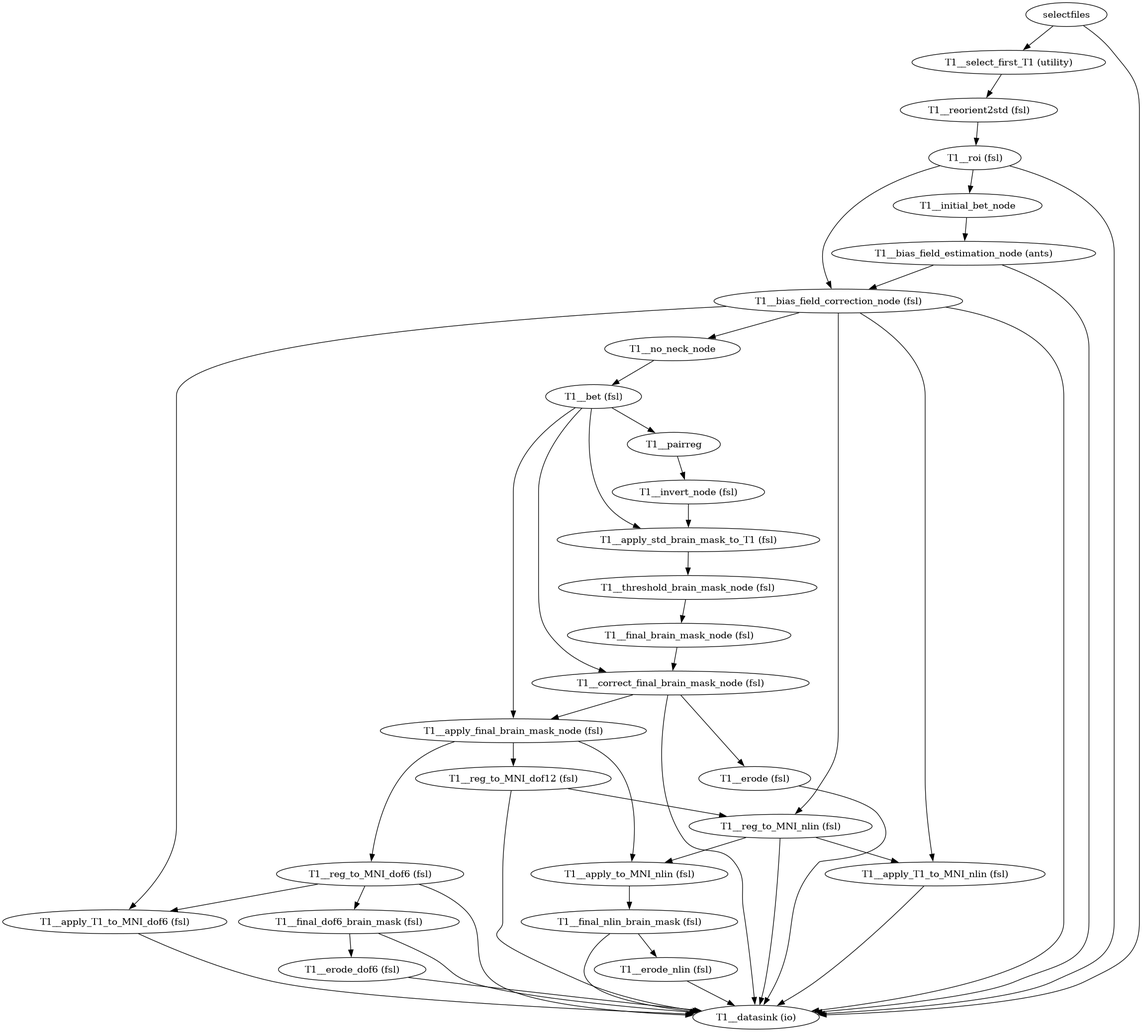
Before: 01_data/05_preprocess/graphs/preprocess.png, a diagram exported from Graphviz (christiantinauer/binADNI). Its source is kept beside it as 01_data/05_preprocess/graphs/preprocess.dot.
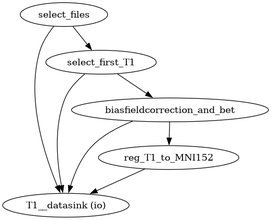
Above is the later version.

What changed in the source:
```diff
@@ -1,79 +1,14 @@
 strict digraph  {
-"selectfiles";
-"T1__select_first_T1 (utility)";
+"select_files";
 "T1__datasink (io)";
-"T1__reorient2std (fsl)";
-"T1__roi (fsl)";
-"T1__initial_bet_node";
-"T1__bias_field_correction_node (fsl)";
-"T1__bias_field_estimation_node (ants)";
-"T1__no_neck_node";
-"T1__reg_to_MNI_nlin (fsl)";
-"T1__apply_T1_to_MNI_dof6 (fsl)";
-"T1__apply_T1_to_MNI_nlin (fsl)";
-"T1__bet (fsl)";
-"T1__pairreg";
-"T1__apply_std_brain_mask_to_T1 (fsl)";
-"T1__correct_final_brain_mask_node (fsl)";
-"T1__apply_final_brain_mask_node (fsl)";
-"T1__invert_node (fsl)";
-"T1__threshold_brain_mask_node (fsl)";
-"T1__final_brain_mask_node (fsl)";
-"T1__erode (fsl)";
-"T1__reg_to_MNI_dof6 (fsl)";
-"T1__reg_to_MNI_dof12 (fsl)";
-"T1__apply_to_MNI_nlin (fsl)";
-"T1__final_dof6_brain_mask (fsl)";
-"T1__final_nlin_brain_mask (fsl)";
-"T1__erode_dof6 (fsl)";
-"T1__erode_nlin (fsl)";
-"selectfiles" -> "T1__select_first_T1 (utility)";
-"selectfiles" -> "T1__datasink (io)";
-"T1__select_first_T1 (utility)" -> "T1__reorient2std (fsl)";
-"T1__reorient2std (fsl)" -> "T1__roi (fsl)";
-"T1__roi (fsl)" -> "T1__initial_bet_node";
-"T1__roi (fsl)" -> "T1__bias_field_correction_node (fsl)";
-"T1__roi (fsl)" -> "T1__datasink (io)";
-"T1__initial_bet_node" -> "T1__bias_field_estimation_node (ants)";
-"T1__bias_field_correction_node (fsl)" -> "T1__no_neck_node";
-"T1__bias_field_correction_node (fsl)" -> "T1__datasink (io)";
-"T1__bias_field_correction_node (fsl)" -> "T1__reg_to_MNI_nlin (fsl)";
-"T1__bias_field_correction_node (fsl)" -> "T1__apply_T1_to_MNI_dof6 (fsl)";
-"T1__bias_field_correction_node (fsl)" -> "T1__apply_T1_to_MNI_nlin (fsl)";
-"T1__bias_field_estimation_node (ants)" -> "T1__bias_field_correction_node (fsl)";
-"T1__bias_field_estimation_node (ants)" -> "T1__datasink (io)";
-"T1__no_neck_node" -> "T1__bet (fsl)";
-"T1__reg_to_MNI_nlin (fsl)" -> "T1__apply_to_MNI_nlin (fsl)";
-"T1__reg_to_MNI_nlin (fsl)" -> "T1__datasink (io)";
-"T1__reg_to_MNI_nlin (fsl)" -> "T1__apply_T1_to_MNI_nlin (fsl)";
-"T1__apply_T1_to_MNI_dof6 (fsl)" -> "T1__datasink (io)";
-"T1__apply_T1_to_MNI_nlin (fsl)" -> "T1__datasink (io)";
-"T1__bet (fsl)" -> "T1__pairreg";
-"T1__bet (fsl)" -> "T1__apply_std_brain_mask_to_T1 (fsl)";
-"T1__bet (fsl)" -> "T1__correct_final_brain_mask_node (fsl)";
-"T1__bet (fsl)" -> "T1__apply_final_brain_mask_node (fsl)";
-"T1__pairreg" -> "T1__invert_node (fsl)";
-"T1__apply_std_brain_mask_to_T1 (fsl)" -> "T1__threshold_brain_mask_node (fsl)";
-"T1__correct_final_brain_mask_node (fsl)" -> "T1__apply_final_brain_mask_node (fsl)";
-"T1__correct_final_brain_mask_node (fsl)" -> "T1__datasink (io)";
-"T1__correct_final_brain_mask_node (fsl)" -> "T1__erode (fsl)";
-"T1__apply_final_brain_mask_node (fsl)" -> "T1__reg_to_MNI_dof6 (fsl)";
-"T1__apply_final_brain_mask_node (fsl)" -> "T1__reg_to_MNI_dof12 (fsl)";
-"T1__apply_final_brain_mask_node (fsl)" -> "T1__apply_to_MNI_nlin (fsl)";
-"T1__invert_node (fsl)" -> "T1__apply_std_brain_mask_to_T1 (fsl)";
-"T1__threshold_brain_mask_node (fsl)" -> "T1__final_brain_mask_node (fsl)";
-"T1__final_brain_mask_node (fsl)" -> "T1__correct_final_brain_mask_node (fsl)";
-"T1__erode (fsl)" -> "T1__datasink (io)";
-"T1__reg_to_MNI_dof6 (fsl)" -> "T1__final_dof6_brain_mask (fsl)";
-"T1__reg_to_MNI_dof6 (fsl)" -> "T1__datasink (io)";
-"T1__reg_to_MNI_dof6 (fsl)" -> "T1__apply_T1_to_MNI_dof6 (fsl)";
-"T1__reg_to_MNI_dof12 (fsl)" -> "T1__reg_to_MNI_nlin (fsl)";
-"T1__reg_to_MNI_dof12 (fsl)" -> "T1__datasink (io)";
-"T1__apply_to_MNI_nlin (fsl)" -> "T1__final_nlin_brain_mask (fsl)";
-"T1__final_dof6_brain_mask (fsl)" -> "T1__datasink (io)";
-"T1__final_dof6_brain_mask (fsl)" -> "T1__erode_dof6 (fsl)";
-"T1__final_nlin_brain_mask (fsl)" -> "T1__datasink (io)";
-"T1__final_nlin_brain_mask (fsl)" -> "T1__erode_nlin (fsl)";
-"T1__erode_dof6 (fsl)" -> "T1__datasink (io)";
-"T1__erode_nlin (fsl)" -> "T1__datasink (io)";
+"select_first_T1";
+"biasfieldcorrection_and_bet";
+"reg_T1_to_MNI152";
+"select_files" -> "T1__datasink (io)";
+"select_files" -> "select_first_T1";
+"select_first_T1" -> "T1__datasink (io)";
+"select_first_T1" -> "biasfieldcorrection_and_bet";
+"biasfieldcorrection_and_bet" -> "T1__datasink (io)";
+"biasfieldcorrection_and_bet" -> "reg_T1_to_MNI152";
+"reg_T1_to_MNI152" -> "T1__datasink (io)";
 }
```
